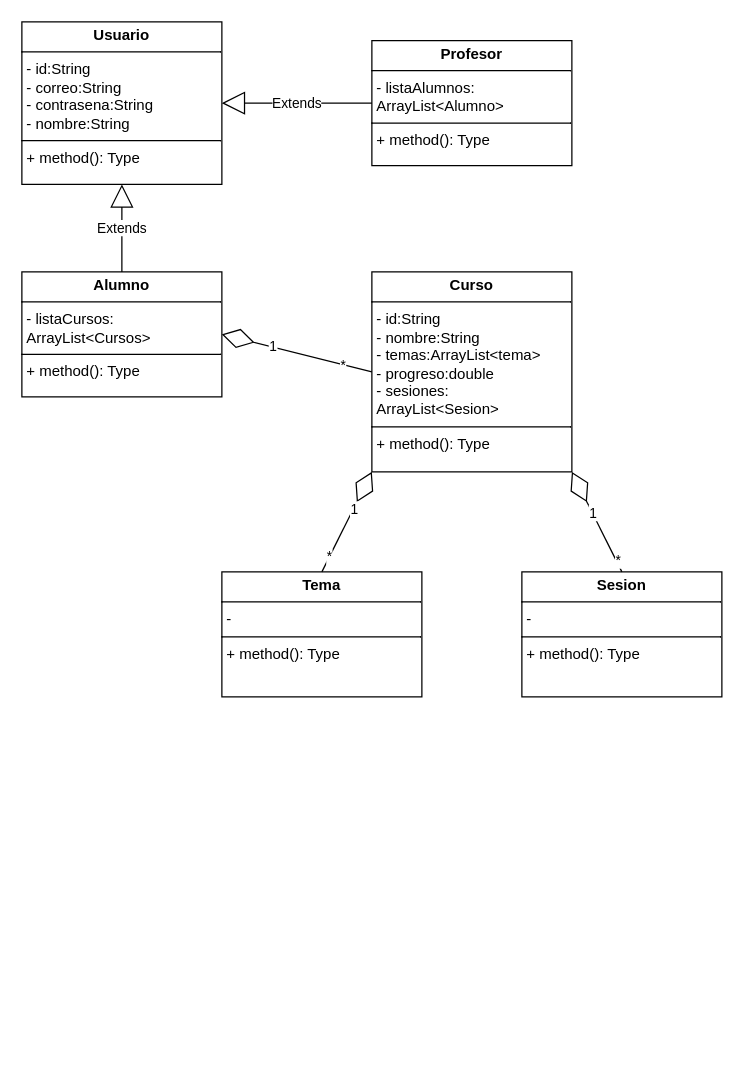
Above: final.drawio in RedStarxDD/proyecto-final-poo2 (draw.io), before the change. Source tidied: cells renumbered, new cells numbered last; positions are measured from the earlier drawing's top-left corner, leaving out a move shared by most shapes. Both pictures are drawn from the tidied source at 125%, with x=0, y=0 at pixel (21, 21).
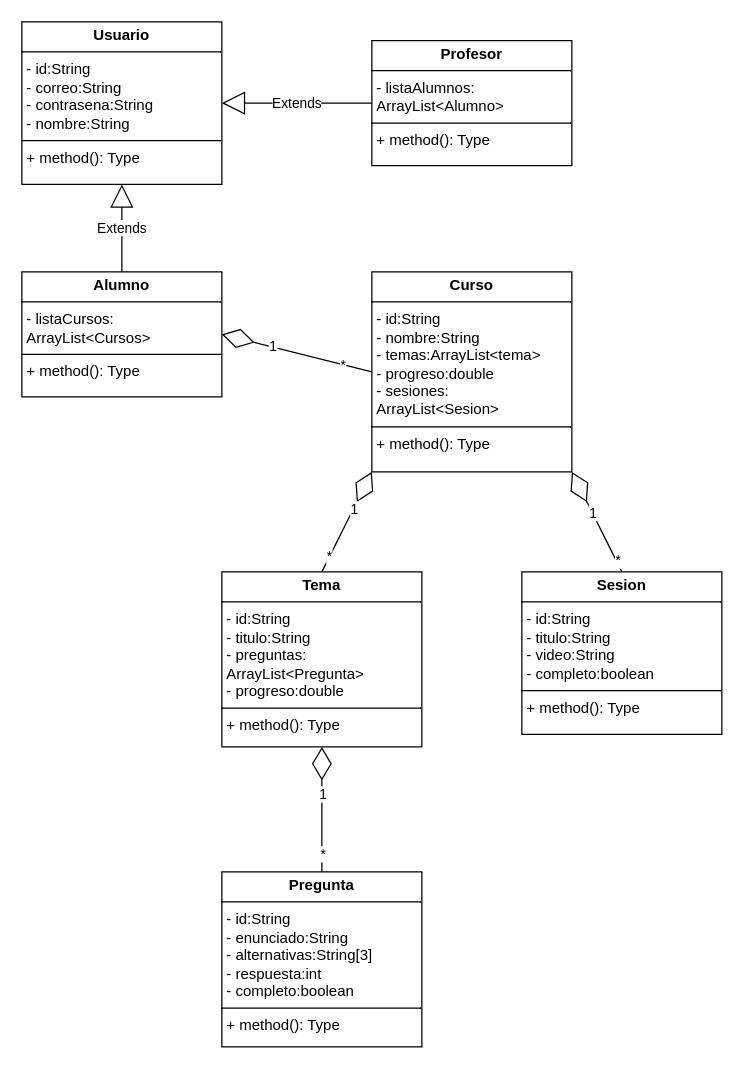
After the change.

Diff of the diagram source:
```diff
@@
-    <mxCell id="8" value="&lt;p style=&quot;margin:0px;margin-top:4px;text-align:center;&quot;&gt;&lt;b&gt;Tema&lt;/b&gt;&lt;/p&gt;&lt;hr size=&quot;1&quot; style=&quot;border-style:solid;&quot;&gt;&lt;p style=&quot;margin:0px;margin-left:4px;&quot;&gt;-&amp;nbsp;&lt;/p&gt;&lt;hr size=&quot;1&quot; style=&quot;border-style:solid;&quot;&gt;&lt;p style=&quot;margin:0px;margin-left:4px;&quot;&gt;+ method(): Type&lt;/p&gt;" style="verticalAlign=top;align=left;overflow=fill;html=1;whiteSpace=wrap;" parent="1" vertex="1">
-      <mxGeometry x="160" y="440" width="160" height="100" as="geometry" />
+    <mxCell id="8" value="&lt;p style=&quot;margin:0px;margin-top:4px;text-align:center;&quot;&gt;&lt;b&gt;Tema&lt;/b&gt;&lt;/p&gt;&lt;hr size=&quot;1&quot; style=&quot;border-style:solid;&quot;&gt;&lt;p style=&quot;margin:0px;margin-left:4px;&quot;&gt;- id:String&lt;/p&gt;&lt;p style=&quot;margin:0px;margin-left:4px;&quot;&gt;- titulo:String&lt;/p&gt;&lt;p style=&quot;margin:0px;margin-left:4px;&quot;&gt;- preguntas:&lt;/p&gt;&lt;p style=&quot;margin:0px;margin-left:4px;&quot;&gt;ArrayList&amp;lt;Pregunta&amp;gt;&lt;/p&gt;&lt;p style=&quot;margin:0px;margin-left:4px;&quot;&gt;- progreso:double&lt;/p&gt;&lt;hr size=&quot;1&quot; style=&quot;border-style:solid;&quot;&gt;&lt;p style=&quot;margin:0px;margin-left:4px;&quot;&gt;+ method(): Type&lt;/p&gt;" style="verticalAlign=top;align=left;overflow=fill;html=1;whiteSpace=wrap;" parent="1" vertex="1">
+      <mxGeometry x="160" y="440" width="160" height="140" as="geometry" />
     </mxCell>
-    <mxCell id="9" value="&lt;p style=&quot;margin:0px;margin-top:4px;text-align:center;&quot;&gt;&lt;b&gt;Sesion&lt;/b&gt;&lt;/p&gt;&lt;hr size=&quot;1&quot; style=&quot;border-style:solid;&quot;&gt;&lt;p style=&quot;margin:0px;margin-left:4px;&quot;&gt;-&amp;nbsp;&lt;/p&gt;&lt;hr size=&quot;1&quot; style=&quot;border-style:solid;&quot;&gt;&lt;p style=&quot;margin:0px;margin-left:4px;&quot;&gt;+ method(): Type&lt;/p&gt;" style="verticalAlign=top;align=left;overflow=fill;html=1;whiteSpace=wrap;" parent="1" vertex="1">
-      <mxGeometry x="400" y="440" width="160" height="100" as="geometry" />
+    <mxCell id="9" value="&lt;p style=&quot;margin:0px;margin-top:4px;text-align:center;&quot;&gt;&lt;b&gt;Sesion&lt;/b&gt;&lt;/p&gt;&lt;hr size=&quot;1&quot; style=&quot;border-style:solid;&quot;&gt;&lt;p style=&quot;margin: 0px 0px 0px 4px;&quot;&gt;- id:String&lt;/p&gt;&lt;p style=&quot;margin: 0px 0px 0px 4px;&quot;&gt;- titulo:String&lt;/p&gt;&lt;p style=&quot;margin: 0px 0px 0px 4px;&quot;&gt;- video:String&lt;br&gt;&lt;/p&gt;&lt;p style=&quot;margin: 0px 0px 0px 4px;&quot;&gt;- completo:boolean&lt;/p&gt;&lt;hr size=&quot;1&quot; style=&quot;border-style:solid;&quot;&gt;&lt;p style=&quot;margin:0px;margin-left:4px;&quot;&gt;+ method(): Type&lt;/p&gt;" style="verticalAlign=top;align=left;overflow=fill;html=1;whiteSpace=wrap;" parent="1" vertex="1">
+      <mxGeometry x="400" y="440" width="160" height="130" as="geometry" />
     </mxCell>
@@
+    <mxCell id="19" value="&lt;p style=&quot;margin:0px;margin-top:4px;text-align:center;&quot;&gt;&lt;b&gt;Pregunta&lt;/b&gt;&lt;/p&gt;&lt;hr size=&quot;1&quot; style=&quot;border-style:solid;&quot;&gt;&lt;p style=&quot;margin:0px;margin-left:4px;&quot;&gt;- id:String&lt;/p&gt;&lt;p style=&quot;margin:0px;margin-left:4px;&quot;&gt;- enunciado:String&lt;br&gt;&lt;/p&gt;&lt;p style=&quot;margin:0px;margin-left:4px;&quot;&gt;- alternativas:String[3]&lt;/p&gt;&lt;p style=&quot;margin:0px;margin-left:4px;&quot;&gt;- respuesta:int&lt;/p&gt;&lt;p style=&quot;margin:0px;margin-left:4px;&quot;&gt;- completo:boolean&lt;/p&gt;&lt;hr size=&quot;1&quot; style=&quot;border-style:solid;&quot;&gt;&lt;p style=&quot;margin:0px;margin-left:4px;&quot;&gt;+ method(): Type&lt;/p&gt;" style="verticalAlign=top;align=left;overflow=fill;html=1;whiteSpace=wrap;" parent="1" vertex="1">
+      <mxGeometry x="160" y="680" width="160" height="140" as="geometry" />
+    </mxCell>
+    <mxCell id="20" style="endArrow=diamondThin;endFill=0;endSize=24;html=1;rounded=0;entryX=0.5;entryY=1;entryDx=0;entryDy=0;exitX=0.5;exitY=0;exitDx=0;exitDy=0;" parent="1" edge="1" source="19" target="8">
+      <mxGeometry relative="1" as="geometry" />
+    </mxCell>
+    <mxCell id="21" value="1" style="edgeLabel;html=1;align=center;verticalAlign=middle;" parent="20" vertex="1">
+      <mxGeometry x="0.26" relative="1" as="geometry" />
+    </mxCell>
+    <mxCell id="22" value="*" style="edgeLabel;html=1;align=center;verticalAlign=middle;" parent="20" vertex="1">
+      <mxGeometry x="-0.7" y="1" relative="1" as="geometry">
+        <mxPoint x="1" as="offset" />
+      </mxGeometry>
+    </mxCell>
```
